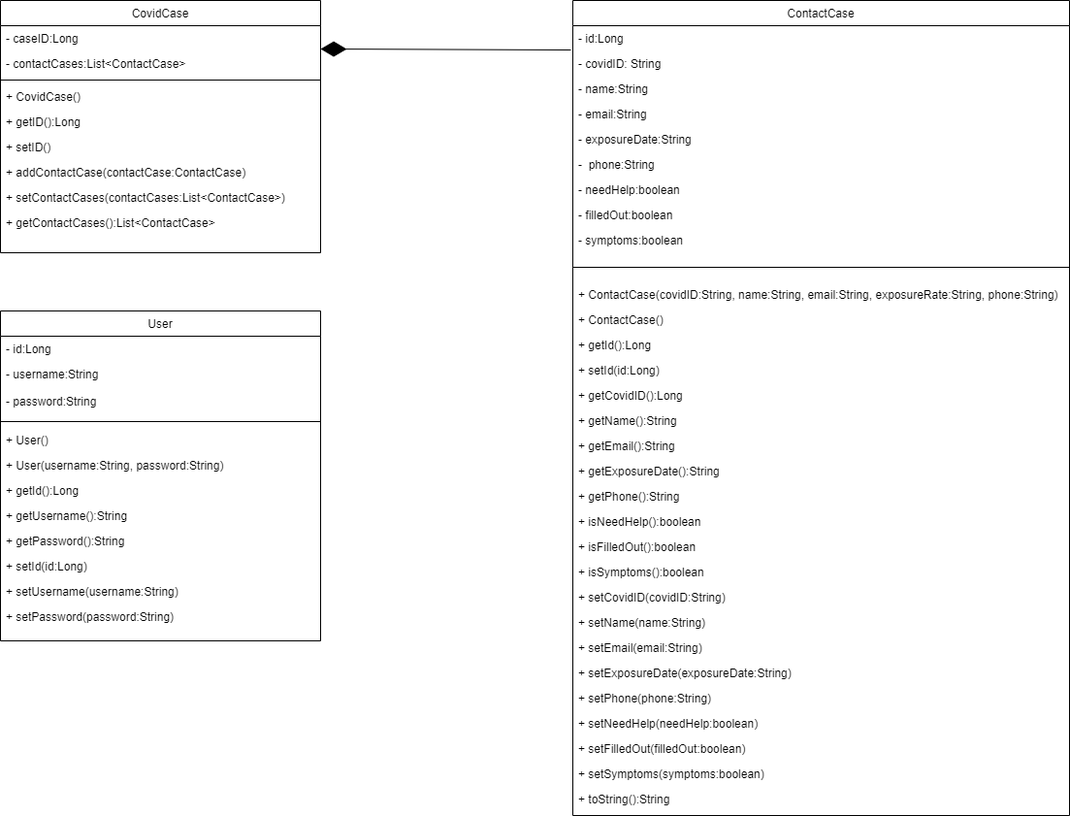
This is Diagrams/UML_Diagram.png from omarimran2000/COVID-Contact-Tracing, a draw.io export, as it was before one commit. Source tidied: cells renumbered, new cells last; positions are measured from the earlier drawing's top-left corner, leaving out a move shared by most shapes.
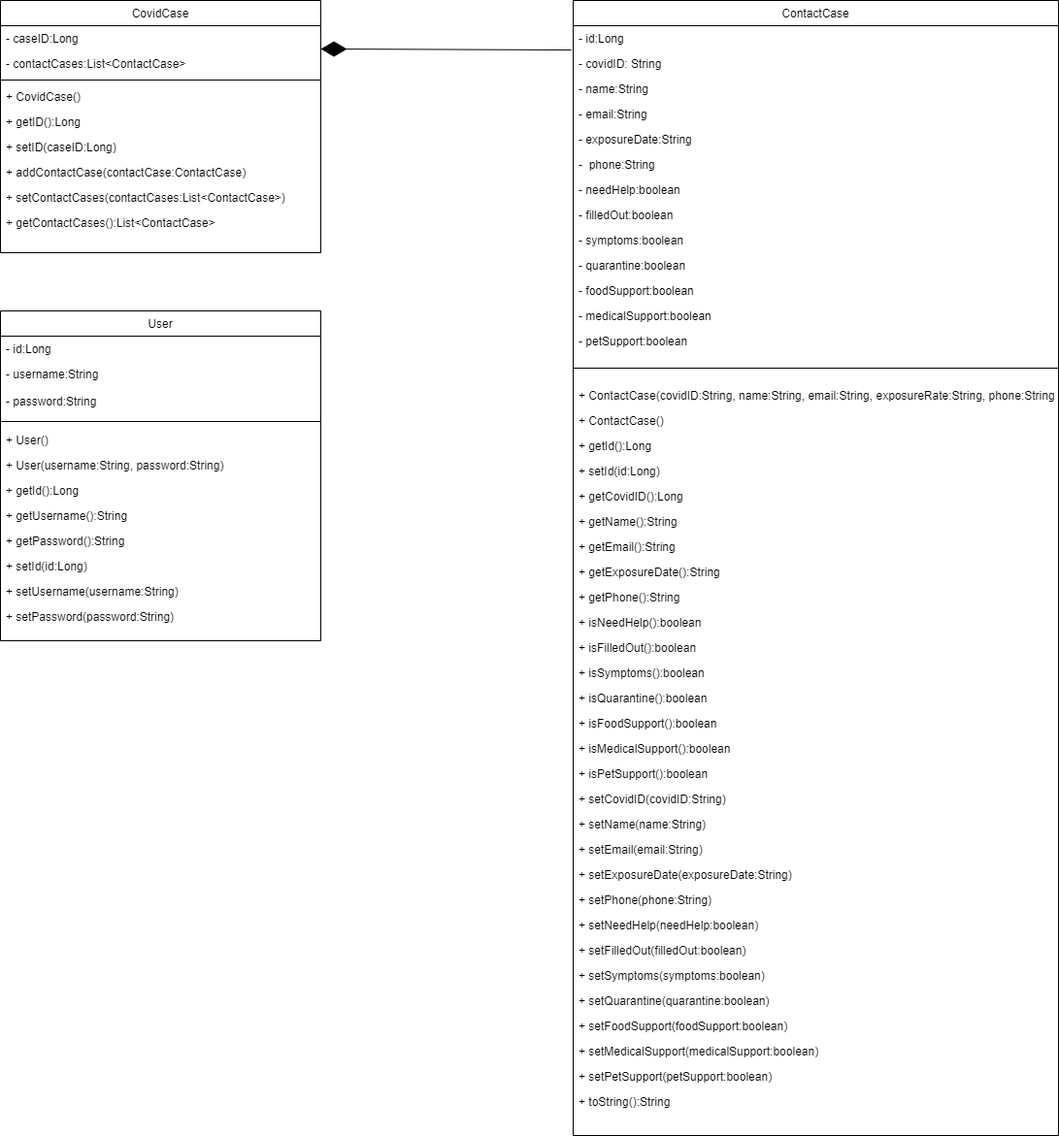
The same file after the commit.

Commit message:
Updated UML Class Diagram

Diff of the diagram source:
```diff
@@ -20,7 +20,7 @@
     <mxCell id="7" value="+ getID():Long" style="text;align=left;verticalAlign=top;spacingLeft=4;spacingRight=4;overflow=hidden;" parent="2" vertex="1">
       <mxGeometry y="112" width="330" height="26" as="geometry" />
     </mxCell>
-    <mxCell id="8" value="+ setID()" style="text;align=left;verticalAlign=top;spacingLeft=4;spacingRight=4;overflow=hidden;" parent="2" vertex="1">
+    <mxCell id="8" value="+ setID(caseID:Long)" style="text;align=left;verticalAlign=top;spacingLeft=4;spacingRight=4;overflow=hidden;" parent="2" vertex="1">
       <mxGeometry y="138" width="330" height="26" as="geometry" />
     </mxCell>
     <mxCell id="9" value="+ addContactCase(contactCase:ContactCase)" style="text;align=left;verticalAlign=top;spacingLeft=4;spacingRight=4;overflow=hidden;" parent="2" vertex="1">
@@ -33,100 +33,136 @@
       <mxGeometry y="216" width="330" height="26" as="geometry" />
     </mxCell>
     <mxCell id="12" value="ContactCase" style="swimlane;fontStyle=0;align=center;verticalAlign=top;horizontal=1;startSize=26;rounded=0;shadow=0;strokeWidth=1;" parent="1" vertex="1">
-      <mxGeometry x="590" width="512" height="840" as="geometry" />
+      <mxGeometry x="590" width="500" height="1170" as="geometry" />
     </mxCell>
     <mxCell id="13" value="- id:Long&#10; " style="text;align=left;verticalAlign=top;spacingLeft=4;spacingRight=4;overflow=hidden;" parent="12" vertex="1">
-      <mxGeometry y="26" width="512" height="26" as="geometry" />
+      <mxGeometry y="26" width="500" height="26" as="geometry" />
     </mxCell>
     <mxCell id="14" value="- covidID: String" style="text;align=left;verticalAlign=top;spacingLeft=4;spacingRight=4;overflow=hidden;points=[[0,0.5],[1,0.5]];portConstraint=eastwest;rounded=0;shadow=0;html=0;" parent="12" vertex="1">
-      <mxGeometry y="52" width="512" height="26" as="geometry" />
+      <mxGeometry y="52" width="500" height="26" as="geometry" />
     </mxCell>
     <mxCell id="15" value="- name:String" style="text;align=left;verticalAlign=top;spacingLeft=4;spacingRight=4;overflow=hidden;rounded=0;shadow=0;html=0;" parent="12" vertex="1">
-      <mxGeometry y="78" width="512" height="26" as="geometry" />
+      <mxGeometry y="78" width="500" height="26" as="geometry" />
     </mxCell>
     <mxCell id="16" value="- email:String" style="text;align=left;verticalAlign=top;spacingLeft=4;spacingRight=4;overflow=hidden;rounded=0;shadow=0;html=0;" parent="12" vertex="1">
-      <mxGeometry y="104" width="512" height="26" as="geometry" />
+      <mxGeometry y="104" width="500" height="26" as="geometry" />
     </mxCell>
     <mxCell id="17" value="- exposureDate:String" style="text;align=left;verticalAlign=top;spacingLeft=4;spacingRight=4;overflow=hidden;rounded=0;shadow=0;html=0;" parent="12" vertex="1">
-      <mxGeometry y="130" width="512" height="26" as="geometry" />
+      <mxGeometry y="130" width="500" height="26" as="geometry" />
     </mxCell>
     <mxCell id="18" value="-  phone:String" style="text;align=left;verticalAlign=top;spacingLeft=4;spacingRight=4;overflow=hidden;rounded=0;shadow=0;html=0;" parent="12" vertex="1">
-      <mxGeometry y="156" width="512" height="26" as="geometry" />
+      <mxGeometry y="156" width="500" height="26" as="geometry" />
     </mxCell>
     <mxCell id="19" value="- needHelp:boolean" style="text;align=left;verticalAlign=top;spacingLeft=4;spacingRight=4;overflow=hidden;rounded=0;shadow=0;html=0;" parent="12" vertex="1">
-      <mxGeometry y="182" width="512" height="26" as="geometry" />
+      <mxGeometry y="182" width="500" height="26" as="geometry" />
     </mxCell>
     <mxCell id="20" value="- filledOut:boolean" style="text;align=left;verticalAlign=top;spacingLeft=4;spacingRight=4;overflow=hidden;rounded=0;shadow=0;html=0;" parent="12" vertex="1">
-      <mxGeometry y="208" width="512" height="26" as="geometry" />
+      <mxGeometry y="208" width="500" height="26" as="geometry" />
     </mxCell>
     <mxCell id="21" value="- symptoms:boolean" style="text;align=left;verticalAlign=top;spacingLeft=4;spacingRight=4;overflow=hidden;rounded=0;shadow=0;html=0;" parent="12" vertex="1">
-      <mxGeometry y="234" width="512" height="26" as="geometry" />
+      <mxGeometry y="234" width="500" height="26" as="geometry" />
     </mxCell>
+    <mxCell id="58" value="- quarantine:boolean&#10;" style="text;align=left;verticalAlign=top;spacingLeft=4;spacingRight=4;overflow=hidden;rounded=0;shadow=0;html=0;" parent="12" vertex="1">
+      <mxGeometry y="260" width="500" height="26" as="geometry" />
+    </mxCell>
+    <mxCell id="59" value="- foodSupport:boolean" style="text;align=left;verticalAlign=top;spacingLeft=4;spacingRight=4;overflow=hidden;rounded=0;shadow=0;html=0;" parent="12" vertex="1">
+      <mxGeometry y="286" width="500" height="26" as="geometry" />
+    </mxCell>
+    <mxCell id="60" value="- medicalSupport:boolean" style="text;align=left;verticalAlign=top;spacingLeft=4;spacingRight=4;overflow=hidden;rounded=0;shadow=0;html=0;" parent="12" vertex="1">
+      <mxGeometry y="312" width="500" height="26" as="geometry" />
+    </mxCell>
+    <mxCell id="61" value="- petSupport:boolean" style="text;align=left;verticalAlign=top;spacingLeft=4;spacingRight=4;overflow=hidden;rounded=0;shadow=0;html=0;" parent="12" vertex="1">
+      <mxGeometry y="338" width="500" height="26" as="geometry" />
+    </mxCell>
     <mxCell id="22" style="line;html=1;strokeWidth=1;align=left;verticalAlign=middle;spacingTop=-1;spacingLeft=3;spacingRight=3;labelPosition=right;" parent="12" vertex="1">
-      <mxGeometry y="260" width="512" height="30" as="geometry" />
+      <mxGeometry y="364" width="500" height="30" as="geometry" />
     </mxCell>
     <mxCell id="23" value="+ ContactCase(covidID:String, name:String, email:String, exposureRate:String, phone:String) " style="text;align=left;verticalAlign=top;spacingLeft=4;spacingRight=4;overflow=hidden;" parent="12" vertex="1">
-      <mxGeometry y="290" width="512" height="26" as="geometry" />
+      <mxGeometry y="394" width="500" height="26" as="geometry" />
     </mxCell>
     <mxCell id="24" value="+ ContactCase()" style="text;align=left;verticalAlign=top;spacingLeft=4;spacingRight=4;overflow=hidden;" parent="12" vertex="1">
-      <mxGeometry y="316" width="512" height="26" as="geometry" />
+      <mxGeometry y="420" width="500" height="26" as="geometry" />
     </mxCell>
     <mxCell id="25" value="+ getId():Long" style="text;align=left;verticalAlign=top;spacingLeft=4;spacingRight=4;overflow=hidden;" parent="12" vertex="1">
-      <mxGeometry y="342" width="512" height="26" as="geometry" />
+      <mxGeometry y="446" width="500" height="26" as="geometry" />
     </mxCell>
     <mxCell id="26" value="+ setId(id:Long)" style="text;align=left;verticalAlign=top;spacingLeft=4;spacingRight=4;overflow=hidden;" parent="12" vertex="1">
-      <mxGeometry y="368" width="512" height="26" as="geometry" />
+      <mxGeometry y="472" width="500" height="26" as="geometry" />
     </mxCell>
     <mxCell id="27" value="+ getCovidID():Long" style="text;align=left;verticalAlign=top;spacingLeft=4;spacingRight=4;overflow=hidden;" parent="12" vertex="1">
-      <mxGeometry y="394" width="512" height="26" as="geometry" />
+      <mxGeometry y="498" width="500" height="26" as="geometry" />
     </mxCell>
     <mxCell id="28" value="+ getName():String" style="text;align=left;verticalAlign=top;spacingLeft=4;spacingRight=4;overflow=hidden;" parent="12" vertex="1">
-      <mxGeometry y="420" width="512" height="26" as="geometry" />
+      <mxGeometry y="524" width="500" height="26" as="geometry" />
     </mxCell>
     <mxCell id="29" value="+ getEmail():String" style="text;align=left;verticalAlign=top;spacingLeft=4;spacingRight=4;overflow=hidden;" parent="12" vertex="1">
-      <mxGeometry y="446" width="512" height="26" as="geometry" />
+      <mxGeometry y="550" width="500" height="26" as="geometry" />
     </mxCell>
     <mxCell id="30" value="+ getExposureDate():String" style="text;align=left;verticalAlign=top;spacingLeft=4;spacingRight=4;overflow=hidden;" parent="12" vertex="1">
-      <mxGeometry y="472" width="512" height="26" as="geometry" />
+      <mxGeometry y="576" width="500" height="26" as="geometry" />
     </mxCell>
     <mxCell id="31" value="+ getPhone():String" style="text;align=left;verticalAlign=top;spacingLeft=4;spacingRight=4;overflow=hidden;" parent="12" vertex="1">
-      <mxGeometry y="498" width="512" height="26" as="geometry" />
+      <mxGeometry y="602" width="500" height="26" as="geometry" />
     </mxCell>
     <mxCell id="32" value="+ isNeedHelp():boolean" style="text;align=left;verticalAlign=top;spacingLeft=4;spacingRight=4;overflow=hidden;" parent="12" vertex="1">
-      <mxGeometry y="524" width="512" height="26" as="geometry" />
+      <mxGeometry y="628" width="500" height="26" as="geometry" />
     </mxCell>
     <mxCell id="33" value="+ isFilledOut():boolean" style="text;align=left;verticalAlign=top;spacingLeft=4;spacingRight=4;overflow=hidden;" parent="12" vertex="1">
-      <mxGeometry y="550" width="512" height="26" as="geometry" />
+      <mxGeometry y="654" width="500" height="26" as="geometry" />
     </mxCell>
     <mxCell id="34" value="+ isSymptoms():boolean" style="text;align=left;verticalAlign=top;spacingLeft=4;spacingRight=4;overflow=hidden;" parent="12" vertex="1">
-      <mxGeometry y="576" width="512" height="26" as="geometry" />
+      <mxGeometry y="680" width="500" height="26" as="geometry" />
     </mxCell>
+    <mxCell id="62" value="+ isQuarantine():boolean" style="text;align=left;verticalAlign=top;spacingLeft=4;spacingRight=4;overflow=hidden;" parent="12" vertex="1">
+      <mxGeometry y="706" width="500" height="26" as="geometry" />
+    </mxCell>
+    <mxCell id="63" value="+ isFoodSupport():boolean" style="text;align=left;verticalAlign=top;spacingLeft=4;spacingRight=4;overflow=hidden;" parent="12" vertex="1">
+      <mxGeometry y="732" width="500" height="26" as="geometry" />
+    </mxCell>
+    <mxCell id="64" value="+ isMedicalSupport():boolean" style="text;align=left;verticalAlign=top;spacingLeft=4;spacingRight=4;overflow=hidden;" parent="12" vertex="1">
+      <mxGeometry y="758" width="500" height="26" as="geometry" />
+    </mxCell>
+    <mxCell id="65" value="+ isPetSupport():boolean" style="text;align=left;verticalAlign=top;spacingLeft=4;spacingRight=4;overflow=hidden;" parent="12" vertex="1">
+      <mxGeometry y="784" width="500" height="26" as="geometry" />
+    </mxCell>
     <mxCell id="35" value="+ setCovidID(covidID:String)" style="text;align=left;verticalAlign=top;spacingLeft=4;spacingRight=4;overflow=hidden;" parent="12" vertex="1">
-      <mxGeometry y="602" width="512" height="26" as="geometry" />
+      <mxGeometry y="810" width="500" height="26" as="geometry" />
     </mxCell>
     <mxCell id="36" value="+ setName(name:String)" style="text;align=left;verticalAlign=top;spacingLeft=4;spacingRight=4;overflow=hidden;" parent="12" vertex="1">
-      <mxGeometry y="628" width="512" height="26" as="geometry" />
+      <mxGeometry y="836" width="500" height="26" as="geometry" />
     </mxCell>
     <mxCell id="37" value="+ setEmail(email:String)&#10;" style="text;align=left;verticalAlign=top;spacingLeft=4;spacingRight=4;overflow=hidden;" parent="12" vertex="1">
-      <mxGeometry y="654" width="512" height="26" as="geometry" />
+      <mxGeometry y="862" width="500" height="26" as="geometry" />
     </mxCell>
     <mxCell id="38" value="+ setExposureDate(exposureDate:String)" style="text;align=left;verticalAlign=top;spacingLeft=4;spacingRight=4;overflow=hidden;" parent="12" vertex="1">
-      <mxGeometry y="680" width="512" height="26" as="geometry" />
+      <mxGeometry y="888" width="500" height="26" as="geometry" />
     </mxCell>
     <mxCell id="39" value="+ setPhone(phone:String)" style="text;align=left;verticalAlign=top;spacingLeft=4;spacingRight=4;overflow=hidden;" parent="12" vertex="1">
-      <mxGeometry y="706" width="512" height="26" as="geometry" />
+      <mxGeometry y="914" width="500" height="26" as="geometry" />
     </mxCell>
     <mxCell id="40" value="+ setNeedHelp(needHelp:boolean)" style="text;align=left;verticalAlign=top;spacingLeft=4;spacingRight=4;overflow=hidden;" parent="12" vertex="1">
-      <mxGeometry y="732" width="512" height="26" as="geometry" />
+      <mxGeometry y="940" width="500" height="26" as="geometry" />
     </mxCell>
     <mxCell id="41" value="+ setFilledOut(filledOut:boolean)" style="text;align=left;verticalAlign=top;spacingLeft=4;spacingRight=4;overflow=hidden;" parent="12" vertex="1">
-      <mxGeometry y="758" width="512" height="26" as="geometry" />
+      <mxGeometry y="966" width="500" height="26" as="geometry" />
     </mxCell>
     <mxCell id="42" value="+ setSymptoms(symptoms:boolean)" style="text;align=left;verticalAlign=top;spacingLeft=4;spacingRight=4;overflow=hidden;" parent="12" vertex="1">
-      <mxGeometry y="784" width="512" height="26" as="geometry" />
+      <mxGeometry y="992" width="500" height="26" as="geometry" />
     </mxCell>
+    <mxCell id="66" value="+ setQuarantine(quarantine:boolean)" style="text;align=left;verticalAlign=top;spacingLeft=4;spacingRight=4;overflow=hidden;" parent="12" vertex="1">
+      <mxGeometry y="1018" width="500" height="26" as="geometry" />
+    </mxCell>
+    <mxCell id="67" value="+ setFoodSupport(foodSupport:boolean)" style="text;align=left;verticalAlign=top;spacingLeft=4;spacingRight=4;overflow=hidden;" parent="12" vertex="1">
+      <mxGeometry y="1044" width="500" height="26" as="geometry" />
+    </mxCell>
+    <mxCell id="68" value="+ setMedicalSupport(medicalSupport:boolean)" style="text;align=left;verticalAlign=top;spacingLeft=4;spacingRight=4;overflow=hidden;" parent="12" vertex="1">
+      <mxGeometry y="1070" width="500" height="26" as="geometry" />
+    </mxCell>
+    <mxCell id="69" value="+ setPetSupport(petSupport:boolean)" style="text;align=left;verticalAlign=top;spacingLeft=4;spacingRight=4;overflow=hidden;" parent="12" vertex="1">
+      <mxGeometry y="1096" width="500" height="26" as="geometry" />
+    </mxCell>
     <mxCell id="43" value="+ toString():String" style="text;align=left;verticalAlign=top;spacingLeft=4;spacingRight=4;overflow=hidden;" parent="12" vertex="1">
-      <mxGeometry y="810" width="512" height="26" as="geometry" />
+      <mxGeometry y="1122" width="500" height="38" as="geometry" />
     </mxCell>
     <mxCell id="44" style="endArrow=diamondThin;endFill=1;endSize=24;html=1;rounded=0;exitX=-0.004;exitY=-0.038;exitDx=0;exitDy=0;exitPerimeter=0;" parent="1" edge="1" source="14">
       <mxGeometry relative="1" as="geometry">
```
